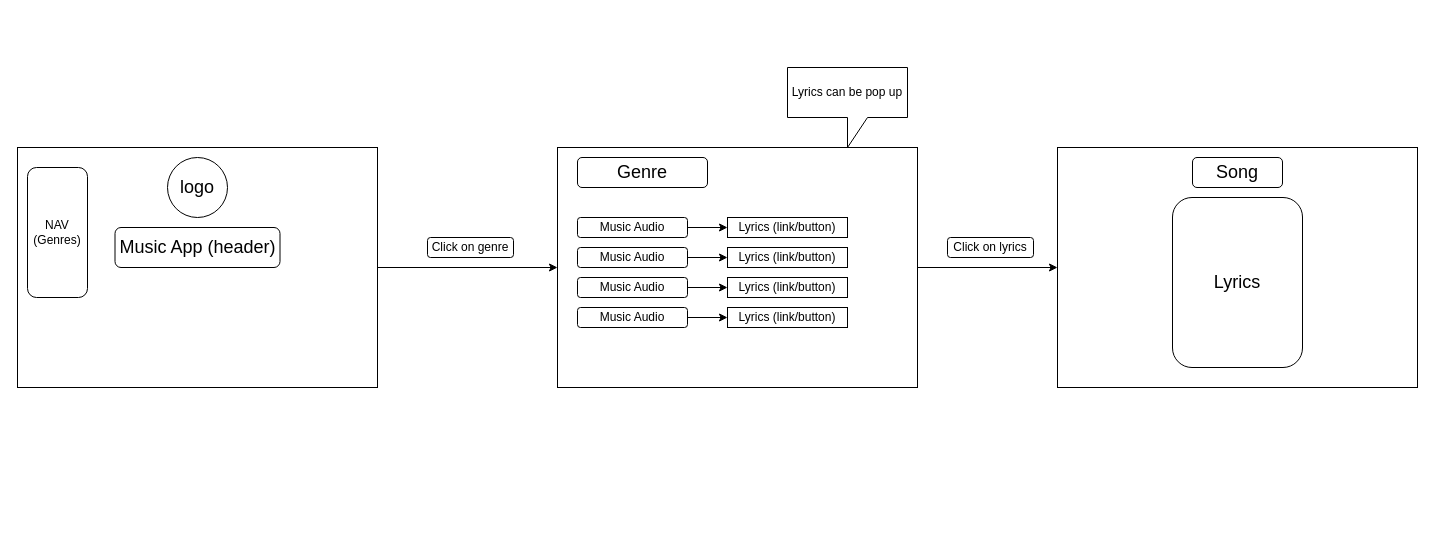
gvozdieva/music-app keeps this draw.io diagram as Untitled Diagram.drawio. Above is the earlier version. Source tidied: cells renumbered, new cells numbered last; positions are measured from the earlier drawing's top-left corner, leaving out a move shared by most shapes. Both pictures are drawn from the tidied source at 100%, with x=0, y=0 at pixel (17, 67).
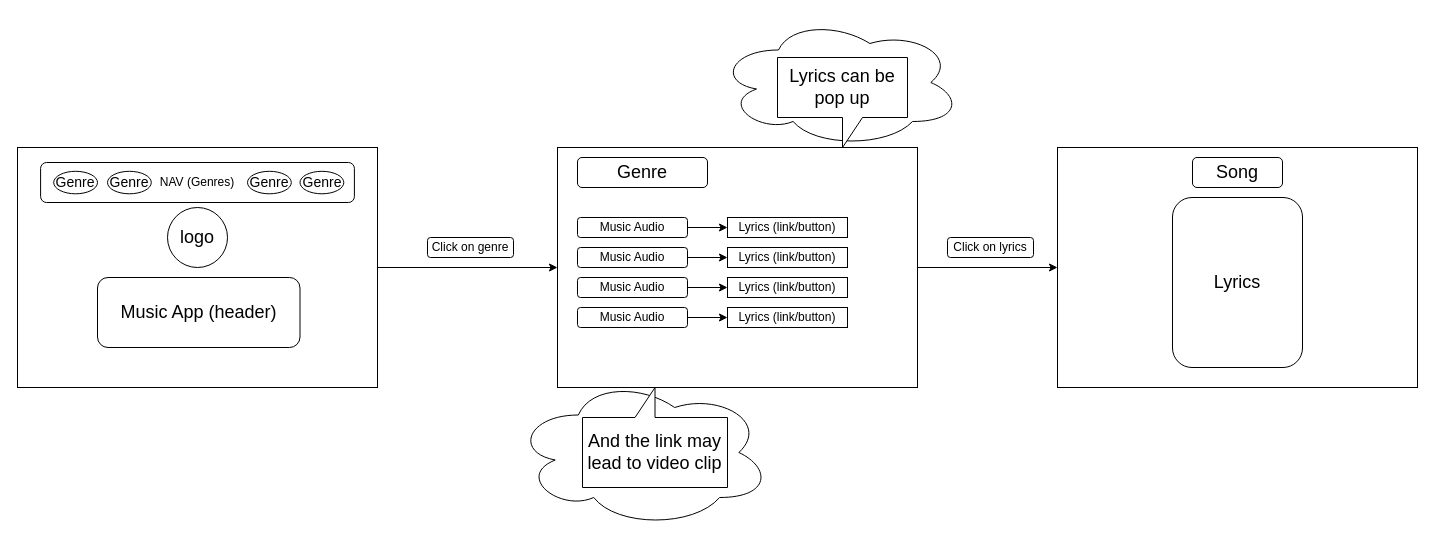
After the change.

Change to the diagram source:
```diff
@@
+    <mxCell id="28" style="ellipse;shape=cloud;whiteSpace=wrap;html=1;" parent="1" vertex="1">
+      <mxGeometry x="700" y="-50" width="243.8" height="130" as="geometry" />
+    </mxCell>
+    <mxCell id="29" style="ellipse;shape=cloud;whiteSpace=wrap;html=1;" parent="1" vertex="1">
+      <mxGeometry x="496.6" y="310" width="256.9" height="150" as="geometry" />
+    </mxCell>
@@
     <mxCell id="4" value="&lt;font style=&quot;font-size: 18px&quot;&gt;logo&lt;/font&gt;" style="ellipse;whiteSpace=wrap;html=1;" parent="1" vertex="1">
-      <mxGeometry x="150" y="90" width="60" height="60" as="geometry" />
+      <mxGeometry x="150" y="140" width="60" height="60" as="geometry" />
     </mxCell>
     <mxCell id="5" value="&lt;font style=&quot;font-size: 18px&quot;&gt;Music App (header)&lt;/font&gt;" style="rounded=1;whiteSpace=wrap;html=1;" parent="1" vertex="1">
-      <mxGeometry x="97.5" y="160" width="165" height="40" as="geometry" />
+      <mxGeometry x="80" y="210" width="202.5" height="70" as="geometry" />
     </mxCell>
-    <mxCell id="6" value="NAV&lt;br&gt;(Genres)" style="rounded=1;whiteSpace=wrap;html=1;" parent="1" vertex="1">
-      <mxGeometry x="10" y="100" width="60" height="130" as="geometry" />
+    <mxCell id="6" value="NAV (Genres)" style="rounded=1;whiteSpace=wrap;html=1;" parent="1" vertex="1">
+      <mxGeometry x="23.1" y="95" width="313.8" height="40" as="geometry" />
     </mxCell>
@@
-    <mxCell id="24" value="Lyrics can be pop up" style="shape=callout;whiteSpace=wrap;html=1;perimeter=calloutPerimeter;" parent="1" vertex="1">
-      <mxGeometry x="770" width="120" height="80" as="geometry" />
+    <mxCell id="24" value="&lt;font style=&quot;font-size: 18px&quot;&gt;Lyrics can be pop up&lt;/font&gt;" style="shape=callout;whiteSpace=wrap;html=1;perimeter=calloutPerimeter;" parent="1" vertex="1">
+      <mxGeometry x="760" y="-10" width="130" height="90" as="geometry" />
     </mxCell>
@@
+    <mxCell id="30" value="&lt;font style=&quot;font-size: 18px&quot;&gt;And the link&amp;nbsp;may lead to video clip&lt;/font&gt;" style="shape=callout;whiteSpace=wrap;html=1;perimeter=calloutPerimeter;direction=west;" parent="1" vertex="1">
+      <mxGeometry x="565" y="320" width="145" height="100" as="geometry" />
+    </mxCell>
+    <mxCell id="31" value="&lt;font style=&quot;font-size: 14px&quot;&gt;Genre&lt;/font&gt;" style="ellipse;whiteSpace=wrap;html=1;" parent="1" vertex="1">
+      <mxGeometry x="36.2" y="103.8" width="43.8" height="22.5" as="geometry" />
+    </mxCell>
+    <mxCell id="32" value="&lt;font style=&quot;font-size: 14px&quot;&gt;Genre&lt;/font&gt;" style="ellipse;whiteSpace=wrap;html=1;" parent="1" vertex="1">
+      <mxGeometry x="90" y="103.8" width="43.8" height="22.5" as="geometry" />
+    </mxCell>
+    <mxCell id="33" value="&lt;font style=&quot;font-size: 14px&quot;&gt;Genre&lt;/font&gt;" style="ellipse;whiteSpace=wrap;html=1;" parent="1" vertex="1">
+      <mxGeometry x="230" y="103.8" width="43.8" height="22.5" as="geometry" />
+    </mxCell>
+    <mxCell id="34" value="&lt;font style=&quot;font-size: 14px&quot;&gt;Genre&lt;/font&gt;" style="ellipse;whiteSpace=wrap;html=1;" parent="1" vertex="1">
+      <mxGeometry x="282.5" y="103.8" width="43.8" height="22.5" as="geometry" />
+    </mxCell>
```
